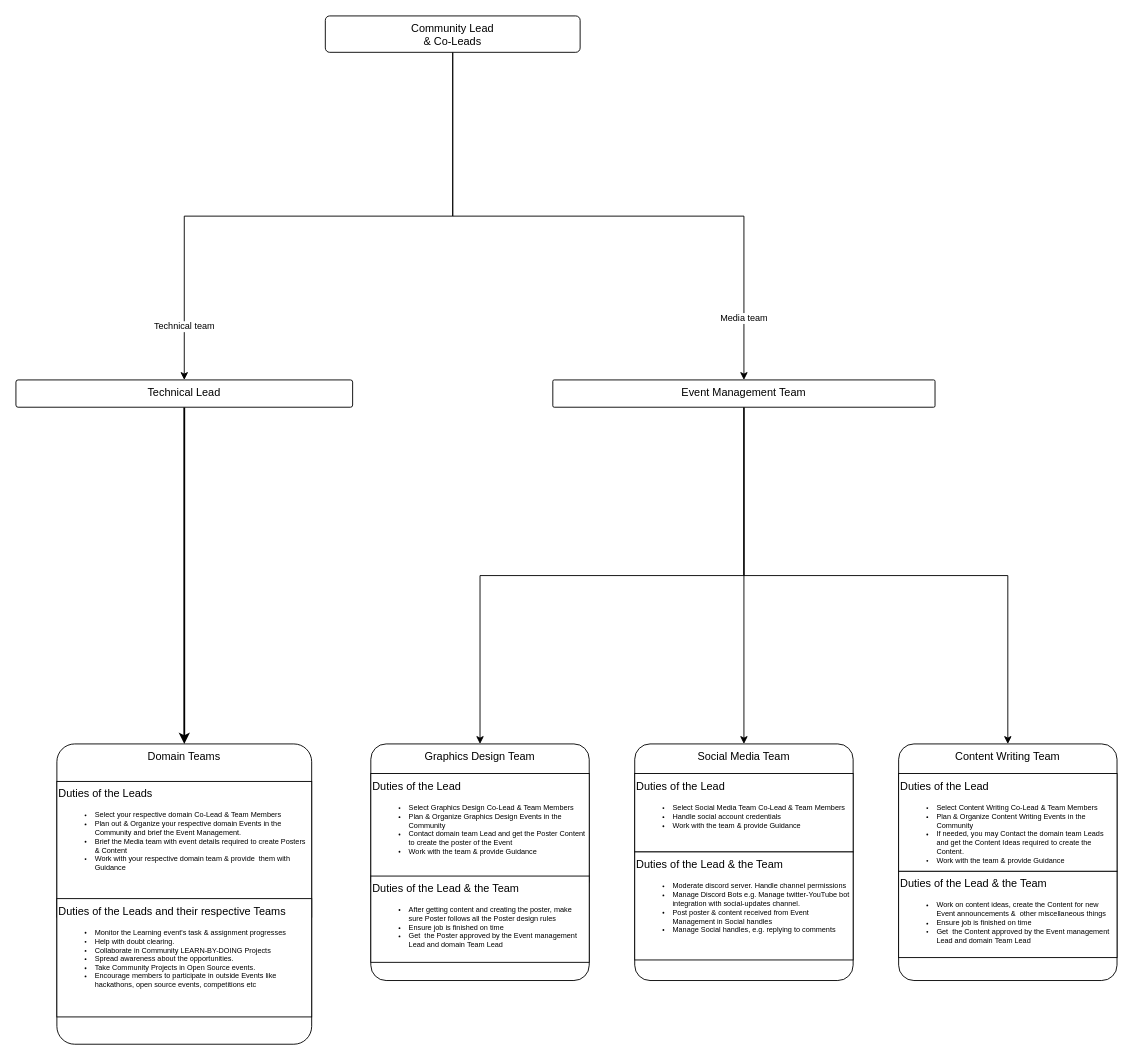
The draw.io diagram draw-io-diagrams/community-team-structure(roles-and-their-duties).drawio in MLSA-Sanins/miscellaneous-stuff, before the edit. Source tidied: cells renumbered, new cells numbered last; positions are measured from the earlier drawing's top-left corner, leaving out a move shared by most shapes. Both pictures are drawn from the tidied source at 91%, with x=0, y=0 at pixel (15, 15).
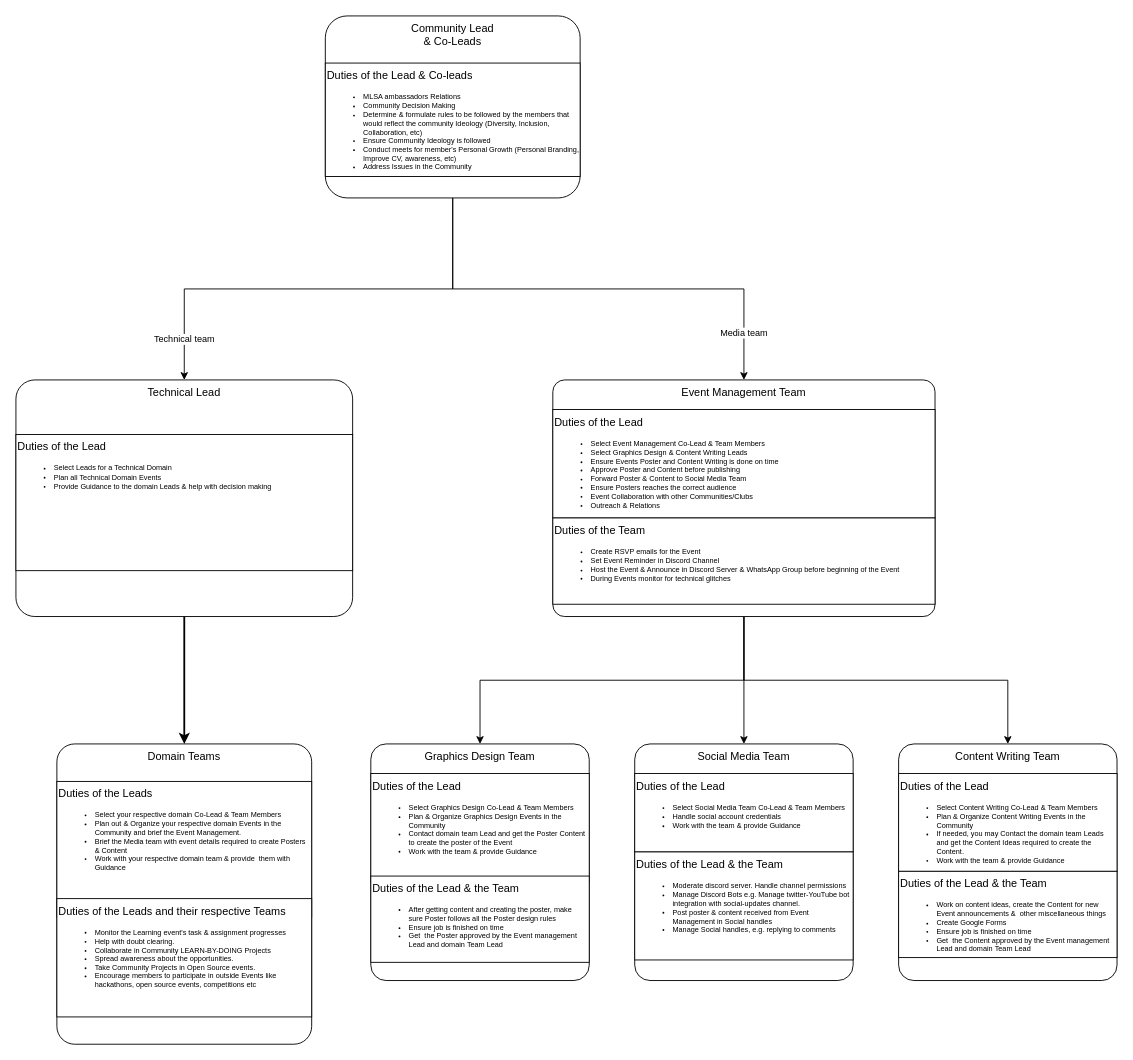
Above is the later version.

Commit message:
Update duty of Content team

The change refers to these unchanged cells:
```xml
<mxCell id="14" value="Content Writing Team" style="rounded=1;whiteSpace=wrap;html=1;arcSize=7;verticalAlign=top;" parent="1" vertex="1">
  <mxGeometry x="970" y="800" width="240" height="260" as="geometry" />
</mxCell>
```

The edit, as a diff of the source:
```diff
@@
-    <mxCell id="4" value="Community Lead &lt;br&gt;&amp;amp; Co-Leads" style="rounded=1;whiteSpace=wrap;html=1;arcSize=12;verticalAlign=top;" parent="1" vertex="1" collapsed="1">
-      <mxGeometry x="340" width="280" height="40" as="geometry" />
+    <mxCell id="4" value="Community Lead &lt;br&gt;&amp;amp; Co-Leads" style="rounded=1;whiteSpace=wrap;html=1;arcSize=12;verticalAlign=top;" parent="1" vertex="1">
+      <mxGeometry x="340" width="280" height="200" as="geometry" />
     </mxCell>
+    <mxCell id="23" value="Duties of the Lead &amp;amp; Co-leads&lt;br&gt;&lt;ul&gt;&lt;li style=&quot;font-size: 8px&quot;&gt;&lt;span&gt;MLSA ambassadors Relations&lt;/span&gt;&lt;/li&gt;&lt;li style=&quot;font-size: 8px&quot;&gt;&lt;span&gt;Community Decision Making&lt;/span&gt;&lt;/li&gt;&lt;li style=&quot;font-size: 8px&quot;&gt;&lt;span&gt;Determine &amp;amp; formulate rules to be followed by the members that would reflect the community Ideology (Diversity, Inclusion, Collaboration, etc)&lt;/span&gt;&lt;/li&gt;&lt;li style=&quot;font-size: 8px&quot;&gt;Ensure Community Ideology&amp;nbsp;is followed&lt;/li&gt;&lt;li style=&quot;font-size: 8px&quot;&gt;Conduct meets for member's Personal Growth (Personal Branding, Improve CV, awareness, etc)&lt;/li&gt;&lt;li style=&quot;font-size: 8px&quot;&gt;&lt;span&gt;Address Issues in the Community&lt;br&gt;&lt;/span&gt;&lt;br&gt;&lt;br&gt;&lt;/li&gt;&lt;/ul&gt;" style="rounded=0;whiteSpace=wrap;html=1;verticalAlign=top;align=left;" parent="4" vertex="1">
+      <mxGeometry y="51.8" width="280" height="124.7" as="geometry" />
+    </mxCell>
@@
-    <mxCell id="6" value="Technical Lead" style="rounded=1;whiteSpace=wrap;html=1;arcSize=8;verticalAlign=top;" parent="1" vertex="1" collapsed="1">
-      <mxGeometry y="400" width="370" height="30" as="geometry" />
+    <mxCell id="6" value="Technical Lead" style="rounded=1;whiteSpace=wrap;html=1;arcSize=8;verticalAlign=top;" parent="1" vertex="1">
+      <mxGeometry y="400" width="370" height="260" as="geometry" />
     </mxCell>
+    <mxCell id="24" value="Duties of the Lead&lt;br&gt;&lt;ul&gt;&lt;li style=&quot;font-size: 8px&quot;&gt;Select Leads for a Technical Domain&lt;/li&gt;&lt;li style=&quot;font-size: 8px&quot;&gt;Plan all Technical Domain Events&lt;/li&gt;&lt;li style=&quot;font-size: 8px&quot;&gt;Provide Guidance to the domain Leads &amp;amp; help with decision making&lt;/li&gt;&lt;/ul&gt;" style="rounded=0;whiteSpace=wrap;html=1;verticalAlign=top;align=left;" parent="6" vertex="1">
+      <mxGeometry y="60" width="370" height="149.6" as="geometry" />
+    </mxCell>
@@
-    <mxCell id="10" value="Event Management Team" style="rounded=1;whiteSpace=wrap;html=1;arcSize=5;verticalAlign=top;" parent="1" vertex="1" collapsed="1">
-      <mxGeometry x="590" y="400" width="420" height="30" as="geometry" />
+    <mxCell id="10" value="Event Management Team" style="rounded=1;whiteSpace=wrap;html=1;arcSize=5;verticalAlign=top;" parent="1" vertex="1">
+      <mxGeometry x="590" y="400" width="420" height="260" as="geometry" />
     </mxCell>
+    <mxCell id="25" value="Duties of the Lead&lt;br&gt;&lt;ul&gt;&lt;li style=&quot;font-size: 8px&quot;&gt;Select Event Management Co-Lead &amp;amp; Team Members&lt;/li&gt;&lt;li style=&quot;font-size: 8px&quot;&gt;Select Graphics Design &amp;amp; Content Writing Leads&lt;/li&gt;&lt;li style=&quot;font-size: 8px&quot;&gt;&lt;span&gt;Ensure Events&amp;nbsp;Poster and Content Writing is done on time&lt;br&gt;&lt;/span&gt;&lt;/li&gt;&lt;li style=&quot;font-size: 8px&quot;&gt;&lt;span&gt;Approve Poster and Content before publishing&lt;/span&gt;&lt;/li&gt;&lt;li style=&quot;font-size: 8px&quot;&gt;&lt;span&gt;Forward Poster &amp;amp; Content to Social Media Team&lt;/span&gt;&lt;/li&gt;&lt;li style=&quot;font-size: 8px&quot;&gt;&lt;span&gt;Ensure Posters reaches the correct audience&lt;/span&gt;&lt;/li&gt;&lt;li style=&quot;font-size: 8px&quot;&gt;Event Collaboration with other Communities/Clubs&lt;/li&gt;&lt;li style=&quot;font-size: 8px&quot;&gt;&lt;span&gt;Outreach &amp;amp; Relations&lt;/span&gt;&lt;/li&gt;&lt;/ul&gt;" style="rounded=0;whiteSpace=wrap;html=1;verticalAlign=top;align=left;" parent="10" vertex="1">
+      <mxGeometry y="32.5" width="420" height="119.2" as="geometry" />
+    </mxCell>
+    <mxCell id="26" value="Duties of the Team&lt;br&gt;&lt;ul&gt;&lt;li style=&quot;font-size: 8px&quot;&gt;&lt;span&gt;Create RSVP emails for the Event&lt;/span&gt;&lt;/li&gt;&lt;li style=&quot;font-size: 8px&quot;&gt;&lt;span&gt;Set Event Reminder in Discord Channel&lt;/span&gt;&lt;/li&gt;&lt;li style=&quot;font-size: 8px&quot;&gt;&lt;span&gt;Host the Event &amp;amp; Announce in Discord Server &amp;amp; WhatsApp Group before beginning of the Event&lt;/span&gt;&lt;/li&gt;&lt;li style=&quot;font-size: 8px&quot;&gt;During Events monitor for technical glitches&lt;/li&gt;&lt;/ul&gt;" style="rounded=0;whiteSpace=wrap;html=1;verticalAlign=top;align=left;horizontal=1;" parent="10" vertex="1">
+      <mxGeometry y="151.7" width="420" height="94.8" as="geometry" />
+    </mxCell>
@@
-    <mxCell id="16" value="Duties of the Lead &amp;amp; the Team&lt;br&gt;&lt;div&gt;&lt;ul&gt;&lt;li style=&quot;font-size: 8px&quot;&gt;Work on content ideas, create the Content for new Event announcements &amp;amp;&amp;nbsp; other miscellaneous things&lt;/li&gt;&lt;li style=&quot;font-size: 8px&quot;&gt;Ensure job is finished on time&lt;/li&gt;&lt;li style=&quot;font-size: 8px&quot;&gt;Get&amp;nbsp; the Content approved by the Event management Lead and domain&amp;nbsp;Team Lead&lt;/li&gt;&lt;/ul&gt;&lt;/div&gt;" style="rounded=0;whiteSpace=wrap;html=1;verticalAlign=top;align=left;horizontal=1;" parent="14" vertex="1">
+    <mxCell id="16" value="Duties of the Lead &amp;amp; the Team&lt;br&gt;&lt;div&gt;&lt;ul&gt;&lt;li style=&quot;font-size: 8px&quot;&gt;Work on content ideas, create the Content for new Event announcements &amp;amp;&amp;nbsp; other miscellaneous things&lt;/li&gt;&lt;li style=&quot;font-size: 8px&quot;&gt;Create Google Forms&lt;/li&gt;&lt;li style=&quot;font-size: 8px&quot;&gt;Ensure job is finished on time&lt;/li&gt;&lt;li style=&quot;font-size: 8px&quot;&gt;Get&amp;nbsp; the Content approved by the Event management Lead and domain&amp;nbsp;Team Lead&lt;/li&gt;&lt;/ul&gt;&lt;/div&gt;" style="rounded=0;whiteSpace=wrap;html=1;verticalAlign=top;align=left;horizontal=1;" parent="14" vertex="1">
       <mxGeometry y="140" width="240" height="94.8" as="geometry" />
     </mxCell>
```
